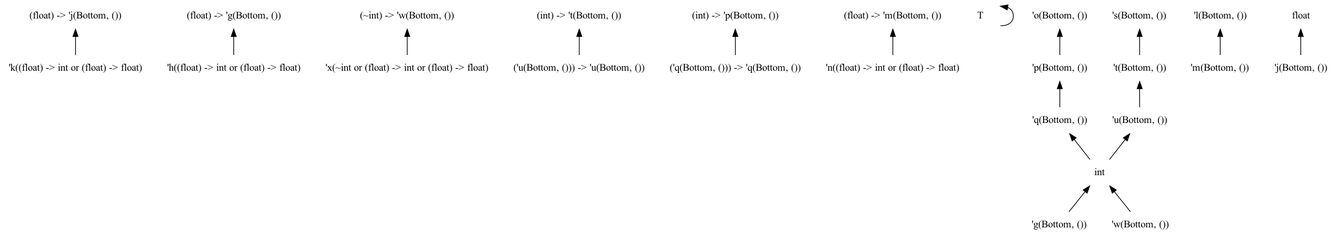
This is dots/png/1.dot.png from chocobo333/regino, a Graphviz export, as it was before one commit. Its source is kept beside it as dots/1.dot.
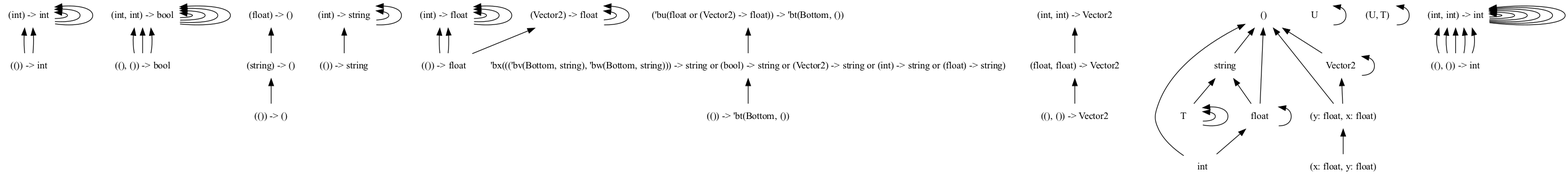
The same file after the commit.

Change to the diagram source:
```diff
@@ -8,47 +8,75 @@
   edge [
     dir = back
     ];
-  "(float) -> 'j(Bottom, ())"
-  "(float) -> 'g(Bottom, ())"
-  "(~int) -> 'w(Bottom, ())"
-  "(int) -> 't(Bottom, ())"
-  "(int) -> 'p(Bottom, ())"
-  "(float) -> 'm(Bottom, ())"
+  "(()) -> int"
+  "(int) -> int"
+  "((), ()) -> bool"
+  "(int, int) -> bool"
+  "(()) -> ()"
+  "(string) -> ()"
+  "(()) -> string"
+  "(int) -> string"
+  "(()) -> float"
+  "(Vector2) -> float"
+  "((), ()) -> Vector2"
+  "(float, float) -> Vector2"
+  "('bq(float or (Vector2) -> float)) -> ()"
+  "(int, int) -> Vector2"
+  "string"
+  "Vector2"
+  "(y: float, x: float)"
+  "(x: 'bj(float or (Vector2) -> float), y: 'bk(float or (Vector2) -> float))"
   "T"
-  "'x(~int or (float) -> int or (float) -> float)"
-  "'h((float) -> int or (float) -> float)"
-  "'k((float) -> int or (float) -> float)"
-  "'n((float) -> int or (float) -> float)"
-  "'t(Bottom, ())"
-  "'u(Bottom, ())"
-  "'p(Bottom, ())"
-  "'q(Bottom, ())"
-  "'m(Bottom, ())"
-  "'g(Bottom, ())"
-  "'w(Bottom, ())"
-  "'j(Bottom, ())"
-  "'s(Bottom, ())"
-  "'o(Bottom, ())"
-  "'l(Bottom, ())"
+  "U"
+  "T"
+  "T"
+  "()"
+  "(U, T)"
   "float"
+  "'bq(float or (Vector2) -> float)"
   "int"
-  "('u(Bottom, ())) -> 'u(Bottom, ())"
-  "('q(Bottom, ())) -> 'q(Bottom, ())"
-  "(int) -> 'p(Bottom, ())" -> "('q(Bottom, ())) -> 'q(Bottom, ())"
-  "(float) -> 'm(Bottom, ())" -> "'n((float) -> int or (float) -> float)"
-  "(float) -> 'j(Bottom, ())" -> "'k((float) -> int or (float) -> float)"
-  "(float) -> 'g(Bottom, ())" -> "'h((float) -> int or (float) -> float)"
+  "((), ()) -> int"
+  "(int, int) -> int"
+  "(float, float) -> Vector2" -> "((), ()) -> Vector2"
+  "(int, int) -> Vector2" -> "(float, float) -> Vector2"
+  "(int, int) -> int" -> "((), ()) -> int"
+  "(int, int) -> int" -> "((), ()) -> int"
+  "(int, int) -> int" -> "((), ()) -> int"
+  "(int, int) -> int" -> "((), ()) -> int"
+  "(int, int) -> int" -> "((), ()) -> int"
+  "(int, int) -> int" -> "(int, int) -> int"
+  "(int) -> int" -> "(()) -> int"
+  "(int) -> int" -> "(()) -> int"
+  "(int) -> int" -> "(int) -> int"
+  "(int, int) -> int" -> "(int, int) -> int"
+  "(int) -> int" -> "(int) -> int"
+  "(int, int) -> int" -> "(int, int) -> int"
+  "(int, int) -> bool" -> "((), ()) -> bool"
+  "(int, int) -> bool" -> "((), ()) -> bool"
+  "(int, int) -> bool" -> "((), ()) -> bool"
+  "(int, int) -> bool" -> "(int, int) -> bool"
+  "(int, int) -> bool" -> "(int, int) -> bool"
+  "(int) -> string" -> "(()) -> string"
+  "(int) -> string" -> "(int) -> string"
+  "(string) -> ()" -> "(()) -> ()"
+  "string" -> "T"
+  "string" -> "'bq(float or (Vector2) -> float)"
+  "Vector2" -> "(y: float, x: float)"
+  "('bq(float or (Vector2) -> float)) -> ()" -> "(string) -> ()"
+  "(int, int) -> bool" -> "(int, int) -> bool"
+  "(int, int) -> int" -> "(int, int) -> int"
+  "(int, int) -> int" -> "(int, int) -> int"
+  "(y: float, x: float)" -> "(x: 'bj(float or (Vector2) -> float), y: 'bk(float or (Vector2) -> float))"
   "T" -> "T"
-  "float" -> "'j(Bottom, ())"
-  "'s(Bottom, ())" -> "'t(Bottom, ())"
-  "'u(Bottom, ())" -> "int"
-  "'t(Bottom, ())" -> "'u(Bottom, ())"
-  "int" -> "'g(Bottom, ())"
-  "int" -> "'w(Bottom, ())"
-  "'o(Bottom, ())" -> "'p(Bottom, ())"
-  "'q(Bottom, ())" -> "int"
-  "'p(Bottom, ())" -> "'q(Bottom, ())"
-  "'l(Bottom, ())" -> "'m(Bottom, ())"
-  "(~int) -> 'w(Bottom, ())" -> "'x(~int or (float) -> int or (float) -> float)"
-  "(int) -> 't(Bottom, ())" -> "('u(Bottom, ())) -> 'u(Bottom, ())"
+  "U" -> "U"
+  "T" -> "T"
+  "()" -> "string"
+  "()" -> "Vector2"
+  "()" -> "(y: float, x: float)"
+  "()" -> "float"
+  "()" -> "int"
+  "(U, T)" -> "(U, T)"
+  "float" -> "int"
+  "(Vector2) -> float" -> "(()) -> float"
+  "(Vector2) -> float" -> "(Vector2) -> float"
 }
```
